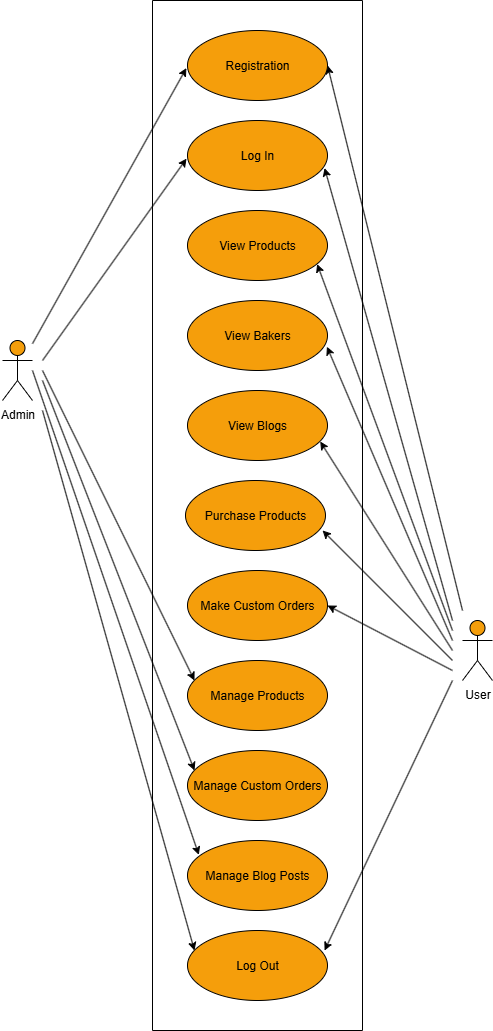
Above: UML/Use Case Diagram.png in AnuElizaK/BakeJourney (draw.io), before the change. Source tidied: cells renumbered, new cells last; positions are measured from the earlier drawing's top-left corner, leaving out a move shared by most shapes.
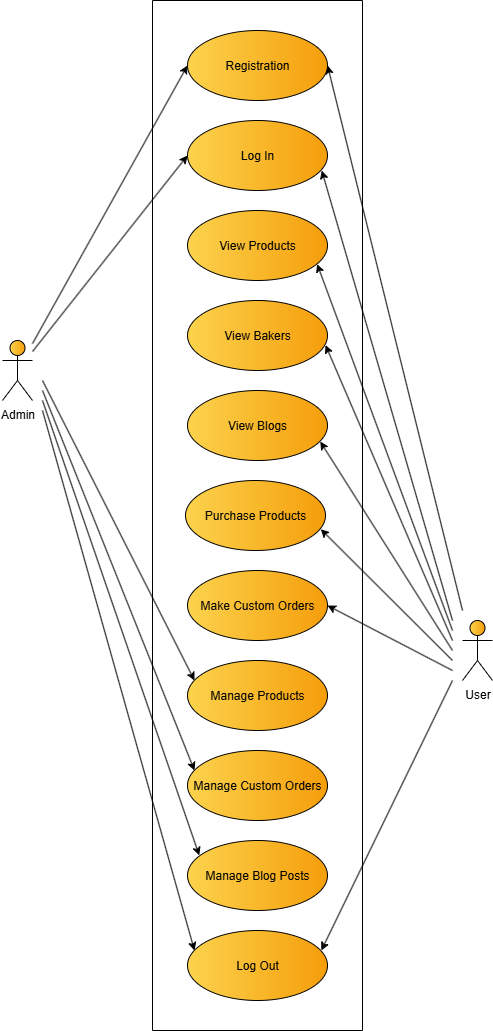
After the commit.

Diff of the diagram source:
```diff
@@ -2,115 +2,113 @@
   <root>
     <mxCell id="0" />
     <mxCell id="1" parent="0" />
-    <mxCell id="2" value="&lt;font style=&quot;color: light-dark(rgb(0, 0, 0), rgb(0, 0, 0));&quot;&gt;Purchase Products&lt;/font&gt;" style="ellipse;whiteSpace=wrap;html=1;strokeColor=light-dark(#000000,#000000);fontColor=#FEFAE0;fillColor=light-dark(#F59E0B,#F59E0B);" parent="1" vertex="1">
+    <mxCell id="2" value="&lt;font style=&quot;color: light-dark(rgb(0, 0, 0), rgb(0, 0, 0));&quot;&gt;Purchase Products&lt;/font&gt;" style="ellipse;whiteSpace=wrap;html=1;strokeColor=light-dark(#000000,#000000);fontColor=#FEFAE0;fillColor=light-dark(#FCD34D,#FCD34D);gradientColor=light-dark(#F59E0B,#F59E0B);gradientDirection=east;" parent="1" vertex="1">
       <mxGeometry x="183" y="480" width="140" height="70" as="geometry" />
     </mxCell>
-    <mxCell id="3" value="&lt;font style=&quot;color: light-dark(rgb(0, 0, 0), rgb(0, 0, 0));&quot;&gt;Admin&lt;/font&gt;" style="shape=umlActor;verticalLabelPosition=bottom;verticalAlign=top;html=1;strokeColor=light-dark(#000000,#000000);fontColor=#FEFAE0;fillColor=light-dark(#F59E0B,#F59E0B);" parent="1" vertex="1">
+    <mxCell id="3" value="&lt;font style=&quot;color: light-dark(rgb(0, 0, 0), rgb(0, 0, 0));&quot;&gt;Admin&lt;/font&gt;" style="shape=umlActor;verticalLabelPosition=bottom;verticalAlign=top;html=1;strokeColor=light-dark(#000000,#000000);fontColor=#FEFAE0;fillColor=light-dark(#FCD34D,#FCD34D);gradientColor=light-dark(#F59E0B,#F59E0B);gradientDirection=east;" parent="1" vertex="1">
       <mxGeometry y="340" width="30" height="60" as="geometry" />
     </mxCell>
-    <mxCell id="4" value="&lt;font style=&quot;color: light-dark(rgb(0, 0, 0), rgb(0, 0, 0));&quot;&gt;User&lt;/font&gt;" style="shape=umlActor;verticalLabelPosition=bottom;verticalAlign=top;html=1;strokeColor=light-dark(#000000,#000000);fontColor=#FEFAE0;fillColor=light-dark(#F59E0B,#F59E0B);" parent="1" vertex="1">
+    <mxCell id="4" value="&lt;font style=&quot;color: light-dark(rgb(0, 0, 0), rgb(0, 0, 0));&quot;&gt;User&lt;/font&gt;" style="shape=umlActor;verticalLabelPosition=bottom;verticalAlign=top;html=1;strokeColor=light-dark(#000000,#000000);fontColor=#FEFAE0;fillColor=light-dark(#FCD34D,#FCD34D);gradientColor=light-dark(#F59E0B,#F59E0B);gradientDirection=east;" parent="1" vertex="1">
       <mxGeometry x="460" y="620" width="30" height="60" as="geometry" />
     </mxCell>
-    <mxCell id="5" style="edgeStyle=none;jettySize=auto;html=1;rounded=0;strokeColor=light-dark(#000000,#000000);fontColor=#FEFAE0;fillColor=#BC6C25;entryX=-0.008;entryY=0.537;entryDx=0;entryDy=0;entryPerimeter=0;" parent="1" edge="1" source="3" target="21">
+    <mxCell id="5" style="edgeStyle=none;jettySize=auto;html=1;rounded=0;strokeColor=light-dark(#000000,#000000);fontColor=#FEFAE0;fillColor=#BC6C25;entryX=0;entryY=0.5;entryDx=0;entryDy=0;" parent="1" edge="1" source="3" target="21">
       <mxGeometry relative="1" as="geometry" />
     </mxCell>
-    <mxCell id="6" style="edgeStyle=none;jettySize=auto;html=1;rounded=0;strokeColor=light-dark(#000000,#000000);fontColor=#FEFAE0;fillColor=#BC6C25;entryX=-0.007;entryY=0.545;entryDx=0;entryDy=0;entryPerimeter=0;" parent="1" edge="1" target="24">
-      <mxGeometry relative="1" as="geometry">
-        <mxPoint x="40" y="360" as="sourcePoint" />
-      </mxGeometry>
-    </mxCell>
-    <mxCell id="7" style="edgeStyle=none;jettySize=auto;html=1;rounded=0;strokeColor=light-dark(#000000,#000000);fontColor=#FEFAE0;fillColor=#BC6C25;entryX=0.05;entryY=0.286;entryDx=0;entryDy=0;entryPerimeter=0;" parent="1" edge="1" target="26">
-      <mxGeometry relative="1" as="geometry">
-        <mxPoint x="40" y="370" as="sourcePoint" />
-      </mxGeometry>
-    </mxCell>
-    <mxCell id="8" style="edgeStyle=none;jettySize=auto;html=1;rounded=0;strokeColor=light-dark(#000000,#000000);fontColor=#FEFAE0;fillColor=#BC6C25;entryX=0.05;entryY=0.286;entryDx=0;entryDy=0;entryPerimeter=0;" parent="1" edge="1" target="19">
-      <mxGeometry relative="1" as="geometry">
-        <mxPoint x="40" y="380" as="sourcePoint" />
-      </mxGeometry>
-    </mxCell>
-    <mxCell id="9" style="edgeStyle=none;jettySize=auto;html=1;rounded=0;strokeColor=light-dark(#000000,#000000);fontColor=#FEFAE0;fillColor=#BC6C25;entryX=0.05;entryY=0.286;entryDx=0;entryDy=0;entryPerimeter=0;" parent="1" edge="1" target="18">
-      <mxGeometry relative="1" as="geometry">
-        <mxPoint x="40" y="410" as="sourcePoint" />
-      </mxGeometry>
-    </mxCell>
-    <mxCell id="10" style="edgeStyle=none;jettySize=auto;html=1;rounded=0;strokeColor=light-dark(#000000,#000000);fontColor=#FEFAE0;fillColor=#BC6C25;entryX=0.979;entryY=0.714;entryDx=0;entryDy=0;entryPerimeter=0;" parent="1" edge="1" target="2">
-      <mxGeometry relative="1" as="geometry">
-        <mxPoint x="450" y="660" as="sourcePoint" />
-      </mxGeometry>
-    </mxCell>
-    <mxCell id="11" style="edgeStyle=none;jettySize=auto;html=1;rounded=0;strokeColor=light-dark(#000000,#000000);fontColor=#FEFAE0;fillColor=#BC6C25;entryX=0.996;entryY=0.66;entryDx=0;entryDy=0;entryPerimeter=0;" parent="1" edge="1" target="22">
-      <mxGeometry relative="1" as="geometry">
-        <mxPoint x="450" y="640" as="sourcePoint" />
-      </mxGeometry>
-    </mxCell>
-    <mxCell id="12" style="edgeStyle=none;jettySize=auto;html=1;rounded=0;strokeColor=light-dark(#000000,#000000);fontColor=#FEFAE0;fillColor=#BC6C25;entryX=0.926;entryY=0.765;entryDx=0;entryDy=0;entryPerimeter=0;" parent="1" edge="1" target="23">
-      <mxGeometry relative="1" as="geometry">
-        <mxPoint x="450" y="630" as="sourcePoint" />
-      </mxGeometry>
-    </mxCell>
-    <mxCell id="13" style="edgeStyle=none;jettySize=auto;html=1;rounded=0;strokeColor=light-dark(#000000,#000000);fontColor=#FEFAE0;fillColor=#BC6C25;entryX=0.979;entryY=0.679;entryDx=0;entryDy=0;entryPerimeter=0;" parent="1" edge="1" target="24">
-      <mxGeometry relative="1" as="geometry">
-        <mxPoint x="450" y="620" as="sourcePoint" />
-      </mxGeometry>
-    </mxCell>
-    <mxCell id="14" style="edgeStyle=none;jettySize=auto;html=1;rounded=0;strokeColor=light-dark(#000000,#000000);fontColor=#FEFAE0;fillColor=#BC6C25;entryX=1;entryY=0.5;entryDx=0;entryDy=0;" parent="1" edge="1" target="21">
-      <mxGeometry relative="1" as="geometry">
-        <mxPoint x="460" y="610" as="sourcePoint" />
-      </mxGeometry>
-    </mxCell>
-    <mxCell id="15" style="edgeStyle=none;jettySize=auto;html=1;rounded=0;strokeColor=light-dark(#000000,#000000);fontColor=#FEFAE0;fillColor=#BC6C25;entryX=1;entryY=0.5;entryDx=0;entryDy=0;" parent="1" edge="1" target="27">
-      <mxGeometry relative="1" as="geometry">
-        <mxPoint x="450" y="670" as="sourcePoint" />
-      </mxGeometry>
-    </mxCell>
-    <mxCell id="16" style="edgeStyle=none;jettySize=auto;html=1;rounded=0;strokeColor=light-dark(#000000,#000000);fontColor=#FEFAE0;fillColor=#BC6C25;entryX=0.979;entryY=0.286;entryDx=0;entryDy=0;entryPerimeter=0;" parent="1" edge="1" target="18">
-      <mxGeometry relative="1" as="geometry">
-        <mxPoint x="450" y="680" as="sourcePoint" />
-      </mxGeometry>
-    </mxCell>
+    <mxCell id="30" style="edgeStyle=none;jettySize=auto;html=1;rounded=0;strokeColor=light-dark(#000000,#000000);fontColor=#FEFAE0;fillColor=#BC6C25;entryX=0;entryY=0.5;entryDx=0;entryDy=0;" parent="1" edge="1" source="3" target="24">
+      <mxGeometry relative="1" as="geometry" />
+    </mxCell>
+    <mxCell id="31" style="edgeStyle=none;jettySize=auto;html=1;rounded=0;strokeColor=light-dark(#000000,#000000);fontColor=#FEFAE0;fillColor=#BC6C25;entryX=0.05;entryY=0.286;entryDx=0;entryDy=0;entryPerimeter=0;" parent="1" edge="1" target="26">
+      <mxGeometry relative="1" as="geometry">
+        <mxPoint x="40" y="380" as="sourcePoint" />
+      </mxGeometry>
+    </mxCell>
+    <mxCell id="32" style="edgeStyle=none;jettySize=auto;html=1;rounded=0;strokeColor=light-dark(#000000,#000000);fontColor=#FEFAE0;fillColor=#BC6C25;entryX=0.05;entryY=0.286;entryDx=0;entryDy=0;entryPerimeter=0;" parent="1" edge="1" target="19">
+      <mxGeometry relative="1" as="geometry">
+        <mxPoint x="40" y="390" as="sourcePoint" />
+      </mxGeometry>
+    </mxCell>
+    <mxCell id="33" style="edgeStyle=none;jettySize=auto;html=1;rounded=0;strokeColor=light-dark(#000000,#000000);fontColor=#FEFAE0;fillColor=#BC6C25;entryX=0.05;entryY=0.286;entryDx=0;entryDy=0;entryPerimeter=0;" parent="1" edge="1" target="18">
+      <mxGeometry relative="1" as="geometry">
+        <mxPoint x="40" y="410" as="sourcePoint" />
+      </mxGeometry>
+    </mxCell>
+    <mxCell id="34" style="edgeStyle=none;jettySize=auto;html=1;rounded=0;strokeColor=light-dark(#000000,#000000);fontColor=#FEFAE0;fillColor=#BC6C25;entryX=0.966;entryY=0.695;entryDx=0;entryDy=0;entryPerimeter=0;" parent="1" edge="1" target="2">
+      <mxGeometry relative="1" as="geometry">
+        <mxPoint x="450" y="660" as="sourcePoint" />
+      </mxGeometry>
+    </mxCell>
+    <mxCell id="35" style="edgeStyle=none;jettySize=auto;html=1;rounded=0;strokeColor=light-dark(#000000,#000000);fontColor=#FEFAE0;fillColor=#BC6C25;entryX=0.986;entryY=0.637;entryDx=0;entryDy=0;entryPerimeter=0;" parent="1" edge="1" target="22">
+      <mxGeometry relative="1" as="geometry">
+        <mxPoint x="450" y="640" as="sourcePoint" />
+      </mxGeometry>
+    </mxCell>
+    <mxCell id="36" style="edgeStyle=none;jettySize=auto;html=1;rounded=0;strokeColor=light-dark(#000000,#000000);fontColor=#FEFAE0;fillColor=#BC6C25;entryX=0.926;entryY=0.765;entryDx=0;entryDy=0;entryPerimeter=0;" parent="1" edge="1" target="23">
+      <mxGeometry relative="1" as="geometry">
+        <mxPoint x="450" y="630" as="sourcePoint" />
+      </mxGeometry>
+    </mxCell>
+    <mxCell id="37" style="edgeStyle=none;jettySize=auto;html=1;rounded=0;strokeColor=light-dark(#000000,#000000);fontColor=#FEFAE0;fillColor=#BC6C25;entryX=0.959;entryY=0.715;entryDx=0;entryDy=0;entryPerimeter=0;" parent="1" edge="1" target="24">
+      <mxGeometry relative="1" as="geometry">
+        <mxPoint x="450" y="620" as="sourcePoint" />
+      </mxGeometry>
+    </mxCell>
+    <mxCell id="38" style="edgeStyle=none;jettySize=auto;html=1;rounded=0;strokeColor=light-dark(#000000,#000000);fontColor=#FEFAE0;fillColor=#BC6C25;entryX=1;entryY=0.5;entryDx=0;entryDy=0;" parent="1" edge="1" target="21">
+      <mxGeometry relative="1" as="geometry">
+        <mxPoint x="460" y="610" as="sourcePoint" />
+      </mxGeometry>
+    </mxCell>
+    <mxCell id="39" style="edgeStyle=none;jettySize=auto;html=1;rounded=0;strokeColor=light-dark(#000000,#000000);fontColor=#FEFAE0;fillColor=#BC6C25;entryX=1;entryY=0.5;entryDx=0;entryDy=0;" parent="1" edge="1" target="27">
+      <mxGeometry relative="1" as="geometry">
+        <mxPoint x="450" y="670" as="sourcePoint" />
+      </mxGeometry>
+    </mxCell>
+    <mxCell id="40" style="edgeStyle=none;jettySize=auto;html=1;rounded=0;strokeColor=light-dark(#000000,#000000);fontColor=#FEFAE0;fillColor=#BC6C25;entryX=0.956;entryY=0.285;entryDx=0;entryDy=0;entryPerimeter=0;" parent="1" edge="1" target="18">
+      <mxGeometry relative="1" as="geometry">
+        <mxPoint x="450" y="680" as="sourcePoint" />
+      </mxGeometry>
+    </mxCell>
     <mxCell id="17" style="swimlane;startSize=0;strokeColor=light-dark(#000000,#000000);fontColor=#FEFAE0;fillColor=light-dark(#000000,#FFFFFF);" parent="1" vertex="1">
       <mxGeometry x="150" width="210" height="1030" as="geometry" />
     </mxCell>
-    <mxCell id="18" value="&lt;font style=&quot;color: light-dark(rgb(0, 0, 0), rgb(0, 0, 0));&quot;&gt;Log Out&lt;/font&gt;" style="ellipse;whiteSpace=wrap;html=1;strokeColor=light-dark(#000000,#000000);fontColor=#FEFAE0;fillColor=light-dark(#F59E0B,#F59E0B);" parent="17" vertex="1">
+    <mxCell id="18" value="&lt;font style=&quot;color: light-dark(rgb(0, 0, 0), rgb(0, 0, 0));&quot;&gt;Log Out&lt;/font&gt;" style="ellipse;whiteSpace=wrap;html=1;strokeColor=light-dark(#000000,#000000);fontColor=#FEFAE0;fillColor=light-dark(#FCD34D,#FCD34D);gradientColor=light-dark(#F59E0B,#F59E0B);gradientDirection=east;" parent="17" vertex="1">
       <mxGeometry x="35" y="930" width="140" height="70" as="geometry" />
     </mxCell>
-    <mxCell id="19" value="&lt;font style=&quot;color: light-dark(rgb(0, 0, 0), rgb(0, 0, 0));&quot;&gt;Manage Custom Orders&lt;/font&gt;" style="ellipse;whiteSpace=wrap;html=1;strokeColor=light-dark(#000000,#000000);fontColor=#FEFAE0;fillColor=light-dark(#F59E0B,#F59E0B);" parent="17" vertex="1">
+    <mxCell id="19" value="&lt;font style=&quot;color: light-dark(rgb(0, 0, 0), rgb(0, 0, 0));&quot;&gt;Manage Custom Orders&lt;/font&gt;" style="ellipse;whiteSpace=wrap;html=1;strokeColor=light-dark(#000000,#000000);fontColor=#FEFAE0;fillColor=light-dark(#FCD34D,#FCD34D);gradientColor=light-dark(#F59E0B,#F59E0B);gradientDirection=east;" parent="17" vertex="1">
       <mxGeometry x="35" y="750" width="140" height="70" as="geometry" />
     </mxCell>
-    <mxCell id="20" value="&lt;font style=&quot;color: light-dark(rgb(0, 0, 0), rgb(0, 0, 0));&quot;&gt;Manage Blog Posts&lt;/font&gt;" style="ellipse;whiteSpace=wrap;html=1;strokeColor=light-dark(#000000,#000000);fontColor=#FEFAE0;fillColor=light-dark(#F59E0B,#F59E0B);" parent="17" vertex="1">
+    <mxCell id="20" value="&lt;font style=&quot;color: light-dark(rgb(0, 0, 0), rgb(0, 0, 0));&quot;&gt;Manage Blog Posts&lt;/font&gt;" style="ellipse;whiteSpace=wrap;html=1;strokeColor=light-dark(#000000,#000000);fontColor=#FEFAE0;fillColor=light-dark(#FCD34D,#FCD34D);gradientColor=light-dark(#F59E0B,#F59E0B);gradientDirection=east;" parent="17" vertex="1">
       <mxGeometry x="35" y="840" width="140" height="70" as="geometry" />
     </mxCell>
-    <mxCell id="21" value="&lt;font style=&quot;color: light-dark(rgb(0, 0, 0), rgb(0, 0, 0));&quot;&gt;Registration&lt;/font&gt;" style="ellipse;whiteSpace=wrap;html=1;strokeColor=light-dark(#000000,#000000);fontColor=#FEFAE0;fillColor=light-dark(#F59E0B,#F59E0B);" parent="17" vertex="1">
+    <mxCell id="21" value="&lt;font style=&quot;color: light-dark(rgb(0, 0, 0), rgb(0, 0, 0));&quot;&gt;Registration&lt;/font&gt;" style="ellipse;whiteSpace=wrap;html=1;strokeColor=light-dark(#000000,#000000);fontColor=#FEFAE0;fillColor=light-dark(#FCD34D,#FCD34D);gradientColor=light-dark(#F59E0B,#F59E0B);gradientDirection=east;" parent="17" vertex="1">
       <mxGeometry x="35" y="30" width="140" height="70" as="geometry" />
     </mxCell>
-    <mxCell id="22" value="&lt;font style=&quot;color: light-dark(rgb(0, 0, 0), rgb(0, 0, 0));&quot;&gt;View Bakers&lt;/font&gt;" style="ellipse;whiteSpace=wrap;html=1;strokeColor=light-dark(#000000,#000000);fontColor=#FEFAE0;fillColor=light-dark(#F59E0B,#F59E0B);" parent="17" vertex="1">
+    <mxCell id="22" value="&lt;font style=&quot;color: light-dark(rgb(0, 0, 0), rgb(0, 0, 0));&quot;&gt;View Bakers&lt;/font&gt;" style="ellipse;whiteSpace=wrap;html=1;strokeColor=light-dark(#000000,#000000);fontColor=#FEFAE0;fillColor=light-dark(#FCD34D,#FCD34D);gradientColor=light-dark(#F59E0B,#F59E0B);gradientDirection=east;" parent="17" vertex="1">
       <mxGeometry x="35" y="300" width="140" height="70" as="geometry" />
     </mxCell>
-    <mxCell id="23" value="&lt;font style=&quot;color: light-dark(rgb(0, 0, 0), rgb(0, 0, 0));&quot;&gt;View Products&lt;/font&gt;" style="ellipse;whiteSpace=wrap;html=1;strokeColor=light-dark(#000000,#000000);fontColor=#FEFAE0;fillColor=light-dark(#F59E0B,#F59E0B);" parent="17" vertex="1">
+    <mxCell id="23" value="&lt;font style=&quot;color: light-dark(rgb(0, 0, 0), rgb(0, 0, 0));&quot;&gt;View Products&lt;/font&gt;" style="ellipse;whiteSpace=wrap;html=1;strokeColor=light-dark(#000000,#000000);fontColor=#FEFAE0;fillColor=light-dark(#FCD34D,#FCD34D);gradientColor=light-dark(#F59E0B,#F59E0B);gradientDirection=east;" parent="17" vertex="1">
       <mxGeometry x="35" y="210" width="140" height="70" as="geometry" />
     </mxCell>
-    <mxCell id="24" value="&lt;font style=&quot;color: light-dark(rgb(0, 0, 0), rgb(0, 0, 0));&quot;&gt;Log In&lt;/font&gt;" style="ellipse;whiteSpace=wrap;html=1;strokeColor=light-dark(#000000,#000000);fontColor=#FEFAE0;fillColor=light-dark(#F59E0B,#F59E0B);" parent="17" vertex="1">
+    <mxCell id="24" value="&lt;font style=&quot;color: light-dark(rgb(0, 0, 0), rgb(0, 0, 0));&quot;&gt;Log In&lt;/font&gt;" style="ellipse;whiteSpace=wrap;html=1;strokeColor=light-dark(#000000,#000000);fontColor=#FEFAE0;fillColor=light-dark(#FCD34D,#FCD34D);gradientColor=light-dark(#F59E0B,#F59E0B);gradientDirection=east;" parent="17" vertex="1">
       <mxGeometry x="35" y="120" width="140" height="70" as="geometry" />
     </mxCell>
-    <mxCell id="25" value="&lt;font style=&quot;color: light-dark(rgb(0, 0, 0), rgb(0, 0, 0));&quot;&gt;View Blogs&lt;/font&gt;" style="ellipse;whiteSpace=wrap;html=1;strokeColor=light-dark(#000000,#000000);fontColor=#FEFAE0;fillColor=light-dark(#F59E0B,#F59E0B);" parent="17" vertex="1">
+    <mxCell id="25" value="&lt;font style=&quot;color: light-dark(rgb(0, 0, 0), rgb(0, 0, 0));&quot;&gt;View Blogs&lt;/font&gt;" style="ellipse;whiteSpace=wrap;html=1;strokeColor=light-dark(#000000,#000000);fontColor=#FEFAE0;fillColor=light-dark(#FCD34D,#FCD34D);gradientColor=light-dark(#F59E0B,#F59E0B);gradientDirection=east;" parent="17" vertex="1">
       <mxGeometry x="35" y="390" width="140" height="70" as="geometry" />
     </mxCell>
-    <mxCell id="26" value="&lt;font style=&quot;color: light-dark(rgb(0, 0, 0), rgb(0, 0, 0));&quot;&gt;Manage Products&lt;/font&gt;" style="ellipse;whiteSpace=wrap;html=1;strokeColor=light-dark(#000000,#000000);fontColor=#FEFAE0;fillColor=light-dark(#F59E0B,#F59E0B);" parent="17" vertex="1">
+    <mxCell id="26" value="&lt;font style=&quot;color: light-dark(rgb(0, 0, 0), rgb(0, 0, 0));&quot;&gt;Manage Products&lt;/font&gt;" style="ellipse;whiteSpace=wrap;html=1;strokeColor=light-dark(#000000,#000000);fontColor=#FEFAE0;fillColor=light-dark(#FCD34D,#FCD34D);gradientColor=light-dark(#F59E0B,#F59E0B);gradientDirection=east;" parent="17" vertex="1">
       <mxGeometry x="35" y="660" width="140" height="70" as="geometry" />
     </mxCell>
-    <mxCell id="27" value="&lt;font style=&quot;color: light-dark(rgb(0, 0, 0), rgb(0, 0, 0));&quot;&gt;Make Custom Orders&lt;/font&gt;" style="ellipse;whiteSpace=wrap;html=1;strokeColor=light-dark(#000000,#000000);fontColor=#FEFAE0;fillColor=light-dark(#F59E0B,#F59E0B);" parent="17" vertex="1">
+    <mxCell id="27" value="&lt;font style=&quot;color: light-dark(rgb(0, 0, 0), rgb(0, 0, 0));&quot;&gt;Make Custom Orders&lt;/font&gt;" style="ellipse;whiteSpace=wrap;html=1;strokeColor=light-dark(#000000,#000000);fontColor=#FEFAE0;fillColor=light-dark(#FCD34D,#FCD34D);gradientColor=light-dark(#F59E0B,#F59E0B);gradientDirection=east;" parent="17" vertex="1">
       <mxGeometry x="35" y="570" width="140" height="70" as="geometry" />
     </mxCell>
-    <mxCell id="28" style="edgeStyle=none;jettySize=auto;html=1;rounded=0;strokeColor=light-dark(#000000,#000000);fontColor=#FEFAE0;fillColor=#BC6C25;entryX=0.081;entryY=0.205;entryDx=0;entryDy=0;entryPerimeter=0;" parent="1" edge="1" target="20">
-      <mxGeometry relative="1" as="geometry">
-        <mxPoint x="30" y="370" as="sourcePoint" />
-      </mxGeometry>
-    </mxCell>
-    <mxCell id="29" style="edgeStyle=none;jettySize=auto;html=1;rounded=0;strokeColor=light-dark(#000000,#000000);fontColor=#FEFAE0;fillColor=#BC6C25;entryX=0.948;entryY=0.729;entryDx=0;entryDy=0;entryPerimeter=0;" parent="1" edge="1" target="25">
-      <mxGeometry relative="1" as="geometry">
-        <mxPoint x="450" y="650" as="sourcePoint" />
-      </mxGeometry>
-    </mxCell>
+    <mxCell id="41" style="edgeStyle=none;jettySize=auto;html=1;rounded=0;strokeColor=light-dark(#000000,#000000);fontColor=#FEFAE0;fillColor=#BC6C25;entryX=0.084;entryY=0.213;entryDx=0;entryDy=0;entryPerimeter=0;" parent="1" edge="1" target="20">
+      <mxGeometry relative="1" as="geometry">
+        <mxPoint x="40" y="400" as="sourcePoint" />
+      </mxGeometry>
+    </mxCell>
+    <mxCell id="42" style="edgeStyle=none;jettySize=auto;html=1;rounded=0;strokeColor=light-dark(#000000,#000000);fontColor=#FEFAE0;fillColor=#BC6C25;entryX=0.948;entryY=0.729;entryDx=0;entryDy=0;entryPerimeter=0;" parent="1" edge="1" target="25">
+      <mxGeometry relative="1" as="geometry">
+        <mxPoint x="450" y="650" as="sourcePoint" />
+      </mxGeometry>
+    </mxCell>
   </root>
 </mxGraphModel>
```
